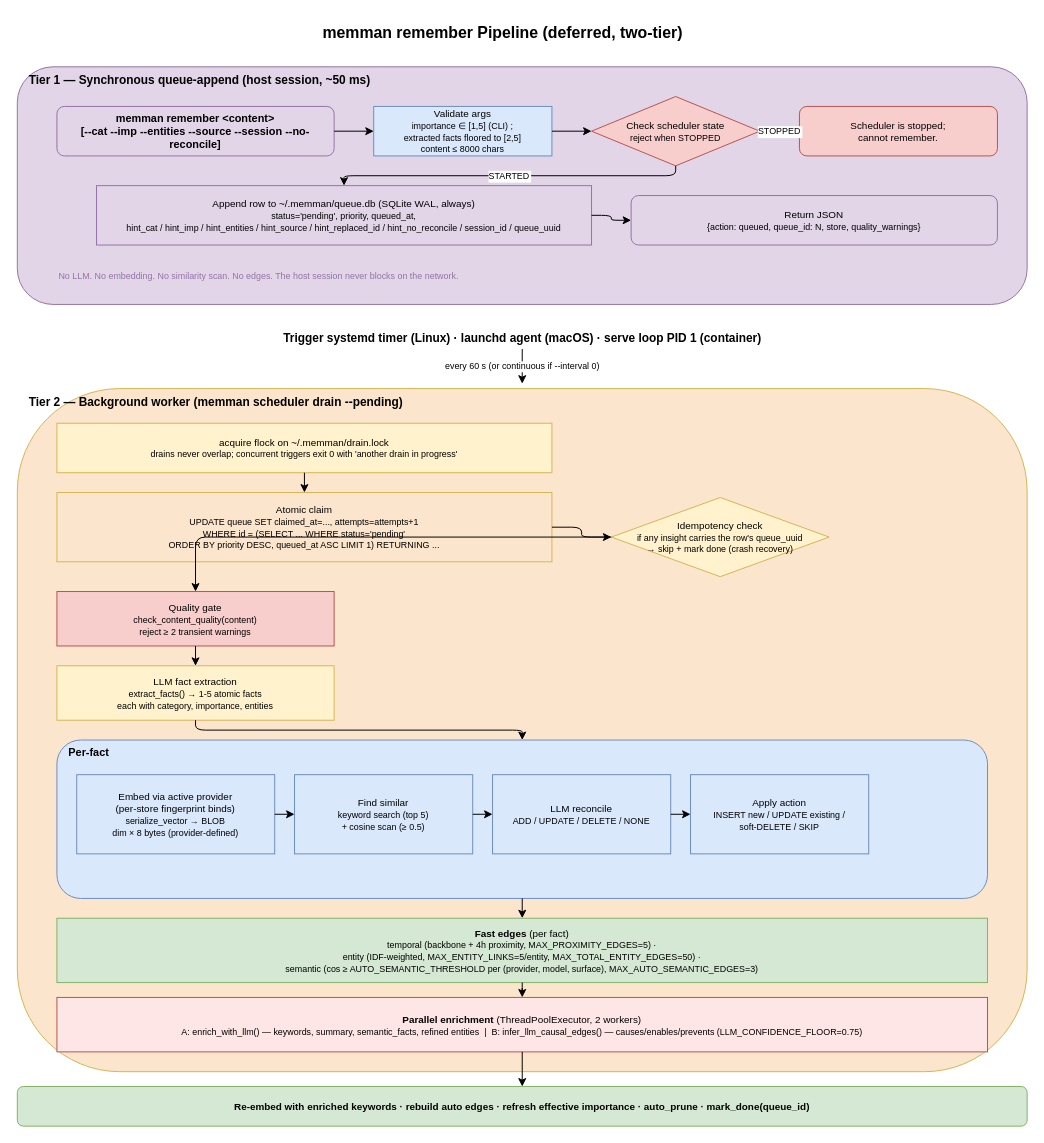
Above: docs/diagrams/02-remember-pipeline.drawio in bissli/memman (draw.io), before the change. Source tidied: cells renumbered, new cells numbered last; positions are measured from the earlier drawing's top-left corner, leaving out a move shared by most shapes. Both pictures are drawn from the tidied source at 99%, with x=0, y=0 at pixel (17, 17).
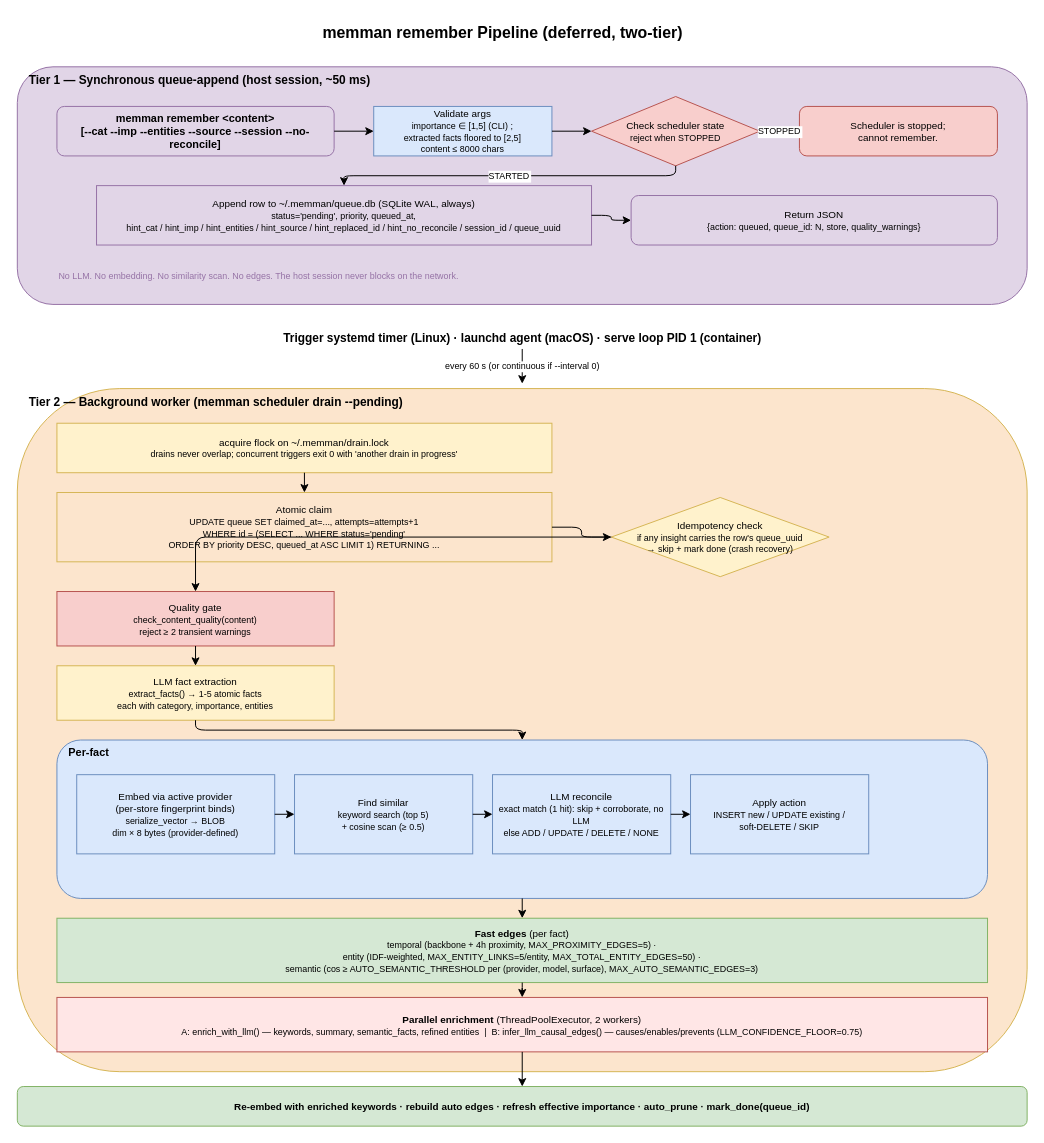
After the change.

Commit message (it also covers changes not shown here):
docs: regenerate pipeline and datamodel diagram exports

What changed in the source:
```diff
@@
-    <mxCell id="27" value="LLM reconcile&lt;br&gt;&lt;font style=&quot;font-size:9px&quot;&gt;ADD / UPDATE / DELETE / NONE&lt;/font&gt;" style="rounded=0;whiteSpace=wrap;html=1;fillColor=#dae8fc;strokeColor=#6c8ebf;fontSize=10;" parent="1" vertex="1">
+    <mxCell id="27" value="LLM reconcile&lt;br&gt;&lt;font style=&quot;font-size:9px&quot;&gt;exact match (1 hit): skip + corroborate, no LLM&lt;br&gt;else ADD / UPDATE / DELETE / NONE&lt;/font&gt;" style="rounded=0;whiteSpace=wrap;html=1;fillColor=#dae8fc;strokeColor=#6c8ebf;fontSize=10;" parent="1" vertex="1">
       <mxGeometry x="480" y="765" width="180" height="80" as="geometry" />
     </mxCell>
```
